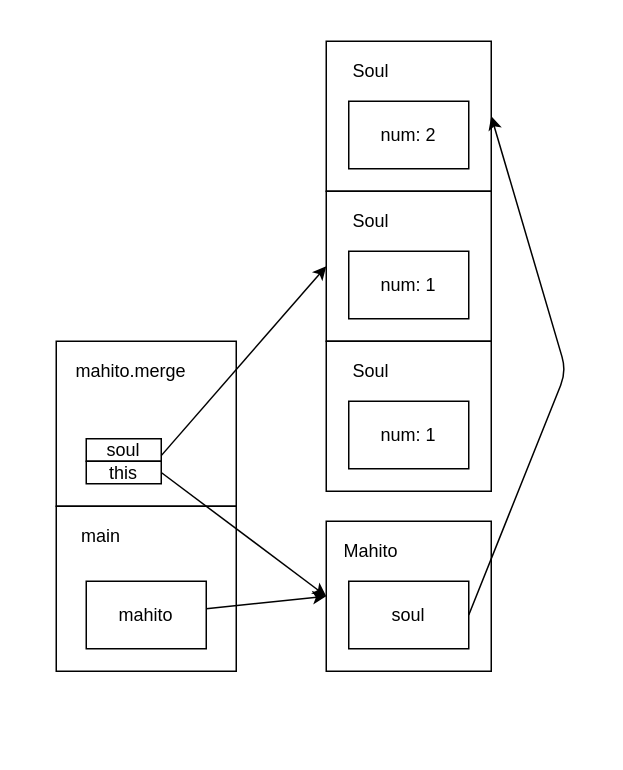
Before: cs2030s/stack_and_heap.drawio in chuanhao01/NUS-Cheatsheets, a draw.io diagram. Source tidied: cells renumbered, new cells numbered last; positions are measured from the earlier drawing's top-left corner, leaving out a move shared by most shapes. Both pictures are drawn from the tidied source at 150%, with x=0, y=0 at pixel (56, 40).
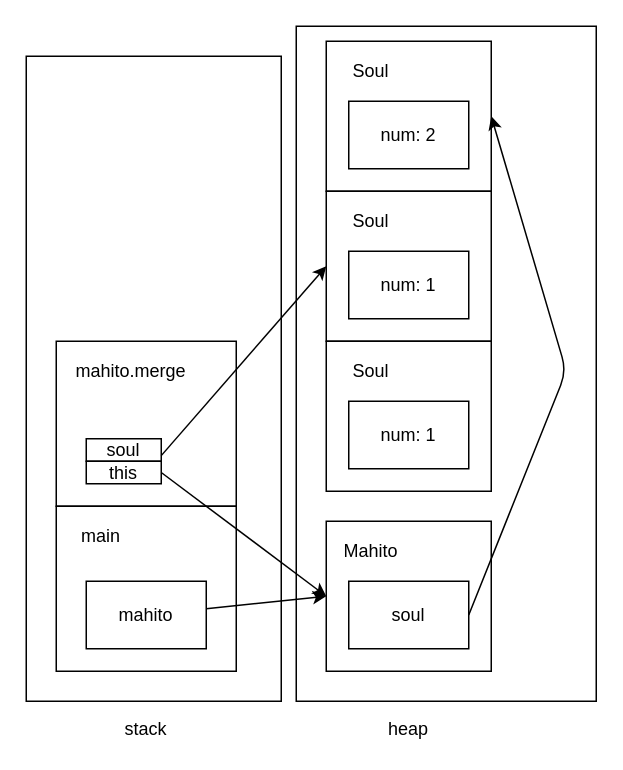
Above is the later version.

Change to the diagram source:
```diff
@@
+    <mxCell id="25" style="rounded=0;whiteSpace=wrap;html=1;fillColor=none;" parent="1" vertex="1">
+      <mxGeometry x="-20" y="10" width="170" height="430" as="geometry" />
+    </mxCell>
+    <mxCell id="26" value="stack" style="text;html=1;align=center;verticalAlign=middle;whiteSpace=wrap;rounded=0;" parent="1" vertex="1">
+      <mxGeometry x="17.1" y="450" width="85.8" height="18.2" as="geometry" />
+    </mxCell>
+    <mxCell id="27" style="rounded=0;whiteSpace=wrap;html=1;fillColor=none;" parent="1" vertex="1">
+      <mxGeometry x="160" y="-10" width="200" height="450" as="geometry" />
+    </mxCell>
+    <mxCell id="28" value="heap" style="text;html=1;align=center;verticalAlign=middle;whiteSpace=wrap;rounded=0;" parent="1" vertex="1">
+      <mxGeometry x="192.1" y="450" width="85.8" height="18.2" as="geometry" />
+    </mxCell>
```
